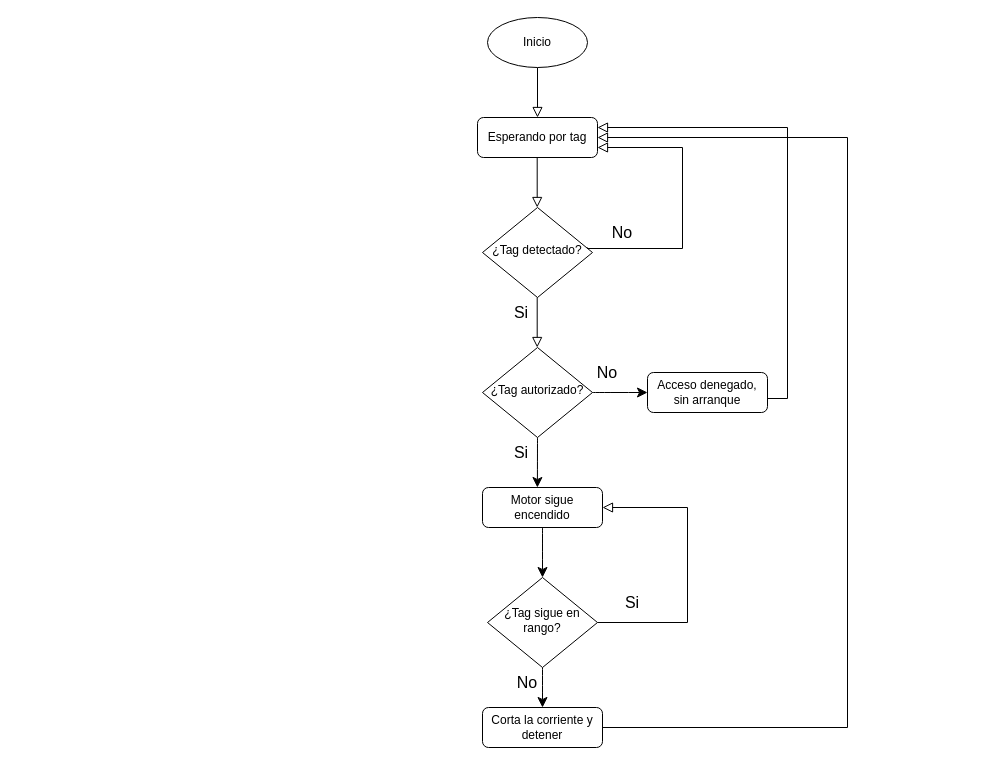
Sasarindo00/Ingenieria-6semestre keeps this draw.io diagram as diagramadeflujoRFID.drawio. Above is the earlier version. Source tidied: cells renumbered, new cells numbered last; positions are measured from the earlier drawing's top-left corner, leaving out a move shared by most shapes. Both pictures are drawn from the tidied source at 100%, with x=0, y=0 at pixel (477, 17).
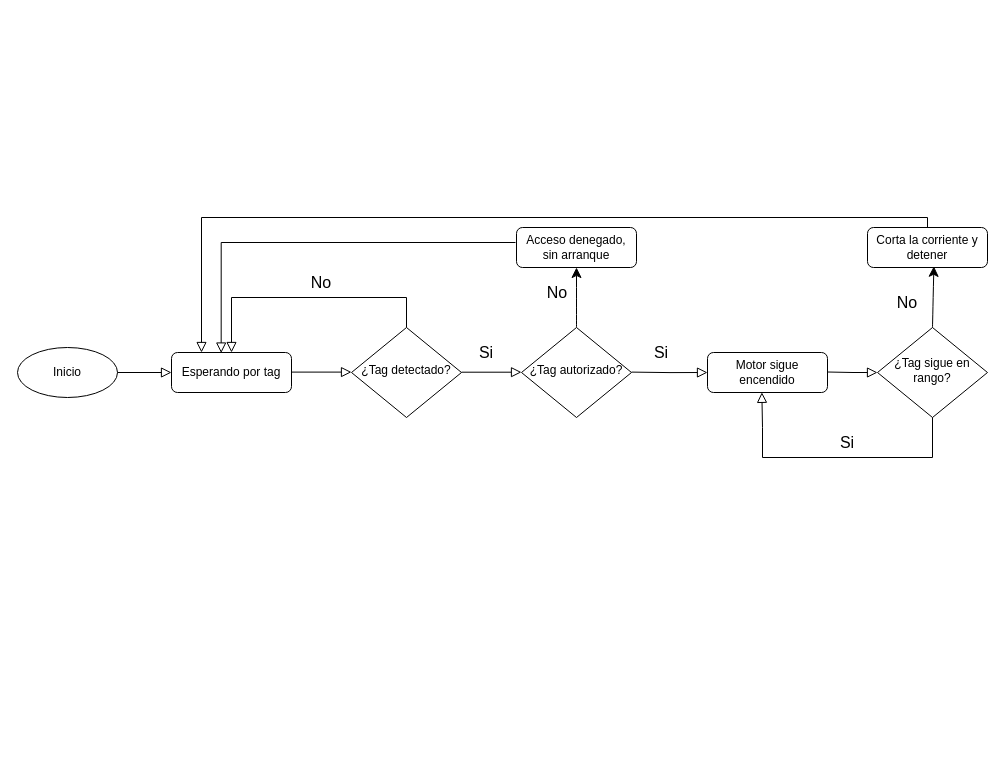
After the change.

The edit, as a diff of the source:
```diff
@@
     <mxCell id="2" style="rounded=0;html=1;jettySize=auto;orthogonalLoop=1;fontSize=11;endArrow=block;endFill=0;endSize=8;strokeWidth=1;shadow=0;labelBackgroundColor=none;edgeStyle=orthogonalEdgeStyle;" parent="1" edge="1">
       <mxGeometry relative="1" as="geometry">
-        <mxPoint x="60" y="50" as="sourcePoint" />
-        <mxPoint x="60" y="100" as="targetPoint" />
+        <mxPoint x="-366" y="355" as="sourcePoint" />
+        <mxPoint x="-306" y="355" as="targetPoint" />
       </mxGeometry>
     </mxCell>
     <mxCell id="3" value="Esperando por tag" style="rounded=1;whiteSpace=wrap;html=1;fontSize=12;glass=0;strokeWidth=1;shadow=0;" parent="1" vertex="1">
-      <mxGeometry y="100" width="120" height="40" as="geometry" />
+      <mxGeometry x="-306" y="335" width="120" height="40" as="geometry" />
     </mxCell>
     <mxCell id="4" value="¿Tag detectado?" style="rhombus;whiteSpace=wrap;html=1;shadow=0;fontFamily=Helvetica;fontSize=12;align=center;strokeWidth=1;spacing=6;spacingTop=-4;" parent="1" vertex="1">
-      <mxGeometry x="5" y="190" width="110" height="90" as="geometry" />
+      <mxGeometry x="-126" y="310" width="110" height="90" as="geometry" />
     </mxCell>
     <mxCell id="5" style="rounded=0;html=1;jettySize=auto;orthogonalLoop=1;fontSize=11;endArrow=block;endFill=0;endSize=8;strokeWidth=1;shadow=0;labelBackgroundColor=none;edgeStyle=orthogonalEdgeStyle;" parent="1" edge="1">
       <mxGeometry relative="1" as="geometry">
-        <mxPoint x="59.7" y="140" as="sourcePoint" />
-        <mxPoint x="59.7" y="190" as="targetPoint" />
+        <mxPoint x="154" y="354.6" as="sourcePoint" />
+        <mxPoint x="230" y="355" as="targetPoint" />
       </mxGeometry>
     </mxCell>
-    <mxCell id="6" style="edgeStyle=none;curved=1;rounded=0;jettySize=auto;html=1;exitX=1;exitY=0.5;exitDx=0;exitDy=0;entryX=0;entryY=0.5;entryDx=0;entryDy=0;fontSize=12;startSize=8;endSize=8;" parent="1" edge="1" source="8" target="12">
+    <mxCell id="6" style="edgeStyle=none;curved=1;rounded=0;jettySize=auto;html=1;exitX=0.5;exitY=0;exitDx=0;exitDy=0;entryX=0.5;entryY=1;entryDx=0;entryDy=0;fontSize=12;startSize=8;endSize=8;" parent="1" edge="1" source="8" target="12">
       <mxGeometry relative="1" as="geometry" />
     </mxCell>
-    <mxCell id="7" style="edgeStyle=none;curved=1;rounded=0;jettySize=auto;html=1;exitX=0.5;exitY=1;exitDx=0;exitDy=0;fontSize=12;startSize=8;endSize=8;" parent="1" edge="1" source="8">
-      <mxGeometry relative="1" as="geometry">
-        <mxPoint x="59.9" y="470" as="targetPoint" />
-      </mxGeometry>
-    </mxCell>
     <mxCell id="8" value="¿Tag autorizado?" style="rhombus;whiteSpace=wrap;html=1;shadow=0;fontFamily=Helvetica;fontSize=12;align=center;strokeWidth=1;spacing=6;spacingTop=-4;" parent="1" vertex="1">
-      <mxGeometry x="5" y="330" width="110" height="90" as="geometry" />
+      <mxGeometry x="44" y="310" width="110" height="90" as="geometry" />
     </mxCell>
-    <mxCell id="9" style="rounded=0;html=1;jettySize=auto;orthogonalLoop=1;fontSize=11;endArrow=block;endFill=0;endSize=8;strokeWidth=1;shadow=0;labelBackgroundColor=none;edgeStyle=orthogonalEdgeStyle;" parent="1" edge="1">
-      <mxGeometry relative="1" as="geometry">
-        <mxPoint x="59.7" y="280" as="sourcePoint" />
-        <mxPoint x="59.7" y="330" as="targetPoint" />
-      </mxGeometry>
-    </mxCell>
     <mxCell id="10" value="Inicio" style="ellipse;whiteSpace=wrap;html=1;" parent="1" vertex="1">
-      <mxGeometry x="10" width="100" height="50" as="geometry" />
+      <mxGeometry x="-460" y="330" width="100" height="50" as="geometry" />
     </mxCell>
-    <mxCell id="11" style="rounded=0;html=1;jettySize=auto;orthogonalLoop=1;fontSize=11;endArrow=block;endFill=0;endSize=8;strokeWidth=1;shadow=0;labelBackgroundColor=none;edgeStyle=orthogonalEdgeStyle;" parent="1" edge="1">
+    <mxCell id="11" style="rounded=0;html=1;jettySize=auto;fontSize=11;endArrow=block;endFill=0;endSize=8;strokeWidth=1;shadow=0;labelBackgroundColor=none;edgeStyle=orthogonalEdgeStyle;exitX=0.5;exitY=0;exitDx=0;exitDy=0;entryX=0.5;entryY=0;entryDx=0;entryDy=0;" parent="1" edge="1" source="4" target="3">
       <mxGeometry relative="1" as="geometry">
-        <mxPoint x="110" y="230" as="sourcePoint" />
-        <mxPoint x="120" y="130" as="targetPoint" />
         <Array as="points">
-          <mxPoint x="205" y="231" />
+          <mxPoint x="-71" y="280" />
+          <mxPoint x="-246" y="280" />
         </Array>
       </mxGeometry>
     </mxCell>
     <mxCell id="12" value="Acceso denegado, sin arranque" style="rounded=1;whiteSpace=wrap;html=1;fontSize=12;glass=0;strokeWidth=1;shadow=0;" parent="1" vertex="1">
-      <mxGeometry x="170" y="355" width="120" height="40" as="geometry" />
+      <mxGeometry x="39" y="210" width="120" height="40" as="geometry" />
     </mxCell>
     <mxCell id="13" value="Si" style="text;html=1;align=center;verticalAlign=middle;whiteSpace=wrap;rounded=0;fontSize=16;" parent="1" vertex="1">
-      <mxGeometry x="14" y="280" width="60" height="30" as="geometry" />
+      <mxGeometry x="-21" y="320" width="60" height="30" as="geometry" />
     </mxCell>
     <mxCell id="14" value="No" style="text;html=1;align=center;verticalAlign=middle;whiteSpace=wrap;rounded=0;fontSize=16;" parent="1" vertex="1">
-      <mxGeometry x="100" y="340" width="60" height="30" as="geometry" />
+      <mxGeometry x="400" y="270" width="60" height="30" as="geometry" />
     </mxCell>
     <mxCell id="15" value="Si" style="text;html=1;align=center;verticalAlign=middle;whiteSpace=wrap;rounded=0;fontSize=16;" parent="1" vertex="1">
-      <mxGeometry x="14" y="420" width="60" height="30" as="geometry" />
+      <mxGeometry x="154" y="320" width="60" height="30" as="geometry" />
     </mxCell>
     <mxCell id="16" value="No" style="text;html=1;align=center;verticalAlign=middle;whiteSpace=wrap;rounded=0;fontSize=16;" parent="1" vertex="1">
-      <mxGeometry x="115" y="200" width="60" height="30" as="geometry" />
+      <mxGeometry x="-186" y="250" width="60" height="30" as="geometry" />
     </mxCell>
-    <mxCell id="17" style="rounded=0;html=1;jettySize=auto;fontSize=11;endArrow=block;endFill=0;endSize=8;strokeWidth=1;shadow=0;labelBackgroundColor=none;edgeStyle=orthogonalEdgeStyle;entryX=1;entryY=0.25;entryDx=0;entryDy=0;" parent="1" edge="1" target="3">
-      <mxGeometry relative="1" as="geometry">
-        <mxPoint x="290" y="380" as="sourcePoint" />
-        <Array as="points">
-          <mxPoint x="310" y="381" />
-          <mxPoint x="310" y="110" />
-        </Array>
-      </mxGeometry>
-    </mxCell>
-    <mxCell id="18" style="edgeStyle=none;curved=1;rounded=0;jettySize=auto;html=1;exitX=0.5;exitY=1;exitDx=0;exitDy=0;entryX=0.5;entryY=0;entryDx=0;entryDy=0;fontSize=12;startSize=8;endSize=8;" parent="1" edge="1" source="19" target="21">
-      <mxGeometry relative="1" as="geometry" />
-    </mxCell>
     <mxCell id="19" value="Motor sigue encendido" style="rounded=1;whiteSpace=wrap;html=1;fontSize=12;glass=0;strokeWidth=1;shadow=0;" parent="1" vertex="1">
-      <mxGeometry x="5" y="470" width="120" height="40" as="geometry" />
+      <mxGeometry x="230" y="335" width="120" height="40" as="geometry" />
     </mxCell>
-    <mxCell id="20" style="edgeStyle=none;curved=1;rounded=0;jettySize=auto;html=1;exitX=0.5;exitY=1;exitDx=0;exitDy=0;entryX=0.5;entryY=0;entryDx=0;entryDy=0;fontSize=12;startSize=8;endSize=8;" parent="1" edge="1" source="21" target="24">
-      <mxGeometry relative="1" as="geometry" />
-    </mxCell>
     <mxCell id="21" value="¿Tag sigue en rango?" style="rhombus;whiteSpace=wrap;html=1;shadow=0;fontFamily=Helvetica;fontSize=12;align=center;strokeWidth=1;spacing=6;spacingTop=-4;" parent="1" vertex="1">
-      <mxGeometry x="10" y="560" width="110" height="90" as="geometry" />
+      <mxGeometry x="400" y="310" width="110" height="90" as="geometry" />
     </mxCell>
-    <mxCell id="22" style="rounded=0;html=1;jettySize=auto;fontSize=11;endArrow=block;endFill=0;endSize=8;strokeWidth=1;shadow=0;labelBackgroundColor=none;edgeStyle=orthogonalEdgeStyle;exitX=1;exitY=0.5;exitDx=0;exitDy=0;" parent="1" edge="1" source="21">
-      <mxGeometry relative="1" as="geometry">
-        <mxPoint x="125" y="490" as="targetPoint" />
-        <Array as="points">
-          <mxPoint x="210" y="605" />
-          <mxPoint x="210" y="490" />
-        </Array>
-      </mxGeometry>
-    </mxCell>
     <mxCell id="23" value="Si" style="text;html=1;align=center;verticalAlign=middle;whiteSpace=wrap;rounded=0;fontSize=16;" parent="1" vertex="1">
-      <mxGeometry x="125" y="570" width="60" height="30" as="geometry" />
+      <mxGeometry x="340" y="410" width="60" height="30" as="geometry" />
     </mxCell>
     <mxCell id="24" value="Corta la corriente y detener" style="rounded=1;whiteSpace=wrap;html=1;fontSize=12;glass=0;strokeWidth=1;shadow=0;" parent="1" vertex="1">
-      <mxGeometry x="5" y="690" width="120" height="40" as="geometry" />
+      <mxGeometry x="390" y="210" width="120" height="40" as="geometry" />
     </mxCell>
+    <mxCell id="27" style="rounded=0;html=1;jettySize=auto;orthogonalLoop=1;fontSize=11;endArrow=block;endFill=0;endSize=8;strokeWidth=1;shadow=0;labelBackgroundColor=none;edgeStyle=orthogonalEdgeStyle;" parent="1" edge="1">
+      <mxGeometry relative="1" as="geometry">
+        <mxPoint x="-186" y="354.6" as="sourcePoint" />
+        <mxPoint x="-126" y="354.6" as="targetPoint" />
+      </mxGeometry>
+    </mxCell>
+    <mxCell id="28" style="rounded=0;html=1;jettySize=auto;orthogonalLoop=1;fontSize=11;endArrow=block;endFill=0;endSize=8;strokeWidth=1;shadow=0;labelBackgroundColor=none;edgeStyle=orthogonalEdgeStyle;" parent="1" edge="1">
+      <mxGeometry relative="1" as="geometry">
+        <mxPoint x="-16" y="354.7" as="sourcePoint" />
+        <mxPoint x="44" y="354.7" as="targetPoint" />
+      </mxGeometry>
+    </mxCell>
+    <mxCell id="29" style="rounded=0;html=1;jettySize=auto;fontSize=11;endArrow=block;endFill=0;endSize=8;strokeWidth=1;shadow=0;labelBackgroundColor=none;edgeStyle=orthogonalEdgeStyle;entryX=0.414;entryY=0.013;entryDx=0;entryDy=0;entryPerimeter=0;" parent="1" edge="1" target="3">
+      <mxGeometry relative="1" as="geometry">
+        <mxPoint x="38" y="225" as="sourcePoint" />
+        <Array as="points">
+          <mxPoint x="-256" y="225" />
+        </Array>
+      </mxGeometry>
+    </mxCell>
+    <mxCell id="30" style="rounded=0;html=1;jettySize=auto;orthogonalLoop=1;fontSize=11;endArrow=block;endFill=0;endSize=8;strokeWidth=1;shadow=0;labelBackgroundColor=none;edgeStyle=orthogonalEdgeStyle;" parent="1" edge="1">
+      <mxGeometry relative="1" as="geometry">
+        <mxPoint x="350" y="354.5" as="sourcePoint" />
+        <mxPoint x="400" y="355" as="targetPoint" />
+      </mxGeometry>
+    </mxCell>
+    <mxCell id="20" style="edgeStyle=none;curved=1;rounded=0;jettySize=auto;html=1;exitX=0.5;exitY=0;exitDx=0;exitDy=0;entryX=0.553;entryY=0.971;entryDx=0;entryDy=0;entryPerimeter=0;fontSize=12;startSize=8;endSize=8;" parent="1" edge="1" source="21" target="24">
+      <mxGeometry relative="1" as="geometry" />
+    </mxCell>
+    <mxCell id="31" style="rounded=0;html=1;jettySize=auto;fontSize=11;endArrow=block;endFill=0;endSize=8;strokeWidth=1;shadow=0;labelBackgroundColor=none;edgeStyle=orthogonalEdgeStyle;exitX=0.5;exitY=0;exitDx=0;exitDy=0;entryX=0.25;entryY=0;entryDx=0;entryDy=0;" parent="1" edge="1" source="24" target="3">
+      <mxGeometry relative="1" as="geometry">
+        <Array as="points">
+          <mxPoint x="450" y="200" />
+          <mxPoint x="-276" y="200" />
+        </Array>
+      </mxGeometry>
+    </mxCell>
     <mxCell id="25" value="No" style="text;html=1;align=center;verticalAlign=middle;whiteSpace=wrap;rounded=0;fontSize=16;" parent="1" vertex="1">
-      <mxGeometry x="20" y="650" width="60" height="30" as="geometry" />
+      <mxGeometry x="50" y="260" width="60" height="30" as="geometry" />
     </mxCell>
-    <mxCell id="26" style="rounded=0;html=1;jettySize=auto;fontSize=11;endArrow=block;endFill=0;endSize=8;strokeWidth=1;shadow=0;labelBackgroundColor=none;edgeStyle=orthogonalEdgeStyle;exitX=1;exitY=0.5;exitDx=0;exitDy=0;" parent="1" edge="1" source="24">
-      <mxGeometry relative="1" as="geometry">
-        <mxPoint x="120" y="120" as="targetPoint" />
-        <Array as="points">
-          <mxPoint x="370" y="710" />
-          <mxPoint x="370" y="120" />
-        </Array>
-      </mxGeometry>
-    </mxCell>
+    <mxCell id="32" style="rounded=0;html=1;jettySize=auto;fontSize=11;endArrow=block;endFill=0;endSize=8;strokeWidth=1;shadow=0;labelBackgroundColor=none;edgeStyle=orthogonalEdgeStyle;exitX=0.5;exitY=1;exitDx=0;exitDy=0;entryX=0.453;entryY=0.996;entryDx=0;entryDy=0;entryPerimeter=0;" parent="1" edge="1" source="21" target="19">
+      <mxGeometry relative="1" as="geometry">
+        <Array as="points">
+          <mxPoint x="455" y="440" />
+          <mxPoint x="285" y="440" />
+          <mxPoint x="285" y="410" />
+          <mxPoint x="284" y="410" />
+        </Array>
+      </mxGeometry>
+    </mxCell>
```
